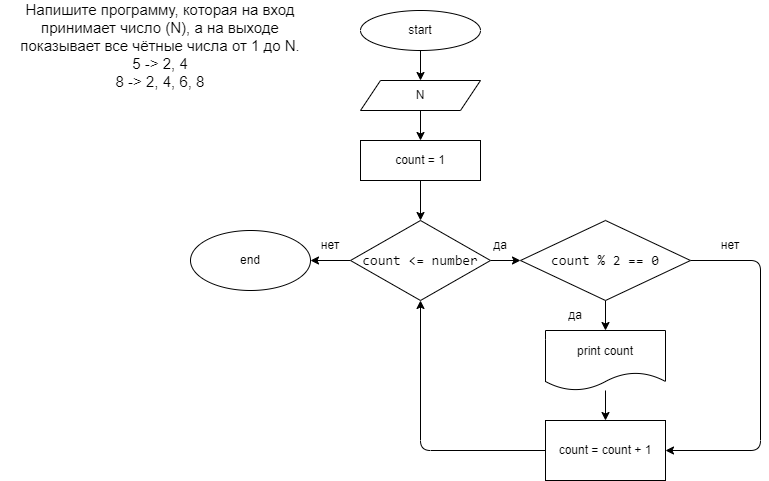
Alshopik/HomeWorc keeps this draw.io diagram as HomeWork/Task003/diagram.drawio.png. Above is the earlier version. Source tidied: cells renumbered, new cells last; positions are measured from the earlier drawing's top-left corner, leaving out a move shared by most shapes.
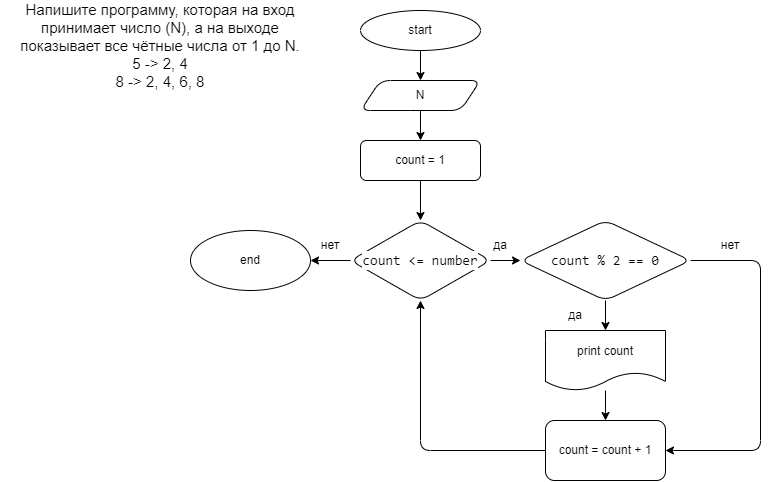
Above is the later version.

Commit message:
task003_diagram_commit3

Diff of the diagram source:
```diff
@@ -2,42 +2,42 @@
   <root>
     <mxCell id="0" />
     <mxCell id="1" parent="0" />
-    <mxCell id="2" value="&lt;p style=&quot;box-sizing: border-box ; margin: 0px ; font-family: &amp;quot;roboto&amp;quot; , &amp;quot;san francisco&amp;quot; , &amp;quot;helvetica neue&amp;quot; , &amp;quot;helvetica&amp;quot; , &amp;quot;arial&amp;quot; ; font-size: 15px&quot;&gt;&lt;font&gt;Напишите программу, которая на вход принимает число (N), а на выходе показывает все чётные числа от 1 до N.&lt;/font&gt;&lt;/p&gt;&lt;p style=&quot;box-sizing: border-box ; margin: 0px ; font-family: &amp;quot;roboto&amp;quot; , &amp;quot;san francisco&amp;quot; , &amp;quot;helvetica neue&amp;quot; , &amp;quot;helvetica&amp;quot; , &amp;quot;arial&amp;quot; ; font-size: 15px&quot;&gt;&lt;font&gt;5 -&amp;gt; 2, 4&lt;br style=&quot;box-sizing: border-box&quot;&gt;8 -&amp;gt; 2, 4, 6, 8&lt;/font&gt;&lt;/p&gt;" style="text;html=1;align=center;verticalAlign=middle;whiteSpace=wrap;rounded=0;labelBackgroundColor=none;labelBorderColor=none;" parent="1" vertex="1">
+    <mxCell id="2" value="&lt;p style=&quot;box-sizing: border-box ; margin: 0px ; font-family: &amp;quot;roboto&amp;quot; , &amp;quot;san francisco&amp;quot; , &amp;quot;helvetica neue&amp;quot; , &amp;quot;helvetica&amp;quot; , &amp;quot;arial&amp;quot; ; font-size: 15px&quot;&gt;&lt;font&gt;Напишите программу, которая на вход принимает число (N), а на выходе показывает все чётные числа от 1 до N.&lt;/font&gt;&lt;/p&gt;&lt;p style=&quot;box-sizing: border-box ; margin: 0px ; font-family: &amp;quot;roboto&amp;quot; , &amp;quot;san francisco&amp;quot; , &amp;quot;helvetica neue&amp;quot; , &amp;quot;helvetica&amp;quot; , &amp;quot;arial&amp;quot; ; font-size: 15px&quot;&gt;&lt;font&gt;5 -&amp;gt; 2, 4&lt;br style=&quot;box-sizing: border-box&quot;&gt;8 -&amp;gt; 2, 4, 6, 8&lt;/font&gt;&lt;/p&gt;" style="text;html=1;align=center;verticalAlign=middle;whiteSpace=wrap;rounded=1;labelBackgroundColor=none;labelBorderColor=none;" parent="1" vertex="1">
       <mxGeometry width="320" height="90" as="geometry" />
     </mxCell>
-    <mxCell id="3" style="edgeStyle=none;html=1;fontColor=#000000;labelBackgroundColor=none;labelBorderColor=none;" parent="1" edge="1" source="4" target="6">
+    <mxCell id="3" style="edgeStyle=none;html=1;fontColor=default;labelBackgroundColor=default;labelBorderColor=none;" parent="1" edge="1" source="4" target="6">
       <mxGeometry relative="1" as="geometry" />
     </mxCell>
-    <mxCell id="4" value="start" style="ellipse;whiteSpace=wrap;html=1;labelBackgroundColor=none;labelBorderColor=none;" parent="1" vertex="1">
+    <mxCell id="4" value="start" style="ellipse;whiteSpace=wrap;html=1;labelBackgroundColor=default;labelBorderColor=none;fontColor=default;rounded=1;" parent="1" vertex="1">
       <mxGeometry x="360" y="10" width="120" height="40" as="geometry" />
     </mxCell>
-    <mxCell id="5" style="edgeStyle=none;html=1;fontColor=#000000;labelBackgroundColor=none;labelBorderColor=none;" parent="1" edge="1" source="6" target="8">
+    <mxCell id="5" style="edgeStyle=none;html=1;fontColor=default;labelBackgroundColor=default;labelBorderColor=none;" parent="1" edge="1" source="6" target="8">
       <mxGeometry relative="1" as="geometry" />
     </mxCell>
-    <mxCell id="6" value="N" style="shape=parallelogram;perimeter=parallelogramPerimeter;whiteSpace=wrap;html=1;fixedSize=1;labelBackgroundColor=none;labelBorderColor=none;" parent="1" vertex="1">
+    <mxCell id="6" value="N" style="shape=parallelogram;perimeter=parallelogramPerimeter;whiteSpace=wrap;html=1;fixedSize=1;labelBackgroundColor=default;labelBorderColor=none;fontColor=default;rounded=1;" parent="1" vertex="1">
       <mxGeometry x="360" y="80" width="120" height="30" as="geometry" />
     </mxCell>
-    <mxCell id="7" style="edgeStyle=none;html=1;fontColor=#000000;labelBackgroundColor=none;labelBorderColor=none;" parent="1" edge="1" source="8" target="11">
+    <mxCell id="7" style="edgeStyle=none;html=1;fontColor=default;labelBackgroundColor=default;labelBorderColor=none;" parent="1" edge="1" source="8" target="11">
       <mxGeometry relative="1" as="geometry" />
     </mxCell>
-    <mxCell id="8" value="count = 1" style="whiteSpace=wrap;html=1;labelBackgroundColor=none;labelBorderColor=none;" parent="1" vertex="1">
+    <mxCell id="8" value="count = 1" style="whiteSpace=wrap;html=1;labelBackgroundColor=default;labelBorderColor=none;fontColor=default;rounded=1;" parent="1" vertex="1">
       <mxGeometry x="360" y="140" width="120" height="40" as="geometry" />
     </mxCell>
-    <mxCell id="9" style="edgeStyle=none;html=1;fontColor=#000000;labelBackgroundColor=none;labelBorderColor=none;" parent="1" edge="1" source="11" target="14">
+    <mxCell id="9" style="edgeStyle=none;html=1;fontColor=default;labelBackgroundColor=default;labelBorderColor=none;" parent="1" edge="1" source="11" target="14">
       <mxGeometry relative="1" as="geometry" />
     </mxCell>
-    <mxCell id="10" style="edgeStyle=none;html=1;fontColor=#000000;labelBackgroundColor=none;labelBorderColor=none;" parent="1" edge="1" source="11">
+    <mxCell id="10" style="edgeStyle=none;html=1;fontColor=default;labelBackgroundColor=default;labelBorderColor=none;" parent="1" edge="1" source="11">
       <mxGeometry relative="1" as="geometry">
         <mxPoint x="310" y="260" as="targetPoint" />
       </mxGeometry>
     </mxCell>
-    <mxCell id="11" value="&lt;div style=&quot;font-family: &amp;quot;consolas&amp;quot; , &amp;quot;courier new&amp;quot; , monospace ; font-size: 14px ; line-height: 19px&quot;&gt;count &amp;lt;= number&lt;/div&gt;" style="rhombus;whiteSpace=wrap;html=1;labelBackgroundColor=none;labelBorderColor=none;" parent="1" vertex="1">
+    <mxCell id="11" value="&lt;div style=&quot;font-family: &amp;quot;consolas&amp;quot; , &amp;quot;courier new&amp;quot; , monospace ; font-size: 14px ; line-height: 19px&quot;&gt;count &amp;lt;= number&lt;/div&gt;" style="rhombus;whiteSpace=wrap;html=1;labelBackgroundColor=default;labelBorderColor=none;fontColor=default;rounded=1;" parent="1" vertex="1">
       <mxGeometry x="350" y="220" width="140" height="80" as="geometry" />
     </mxCell>
-    <mxCell id="12" style="edgeStyle=none;html=1;fontColor=#000000;entryX=0.5;entryY=0;entryDx=0;entryDy=0;exitX=0.5;exitY=1;exitDx=0;exitDy=0;labelBackgroundColor=none;labelBorderColor=none;" parent="1" edge="1" source="14" target="18">
+    <mxCell id="12" style="edgeStyle=none;html=1;fontColor=default;entryX=0.5;entryY=0;entryDx=0;entryDy=0;exitX=0.5;exitY=1;exitDx=0;exitDy=0;labelBackgroundColor=default;labelBorderColor=none;" parent="1" edge="1" source="14" target="18">
       <mxGeometry relative="1" as="geometry" />
     </mxCell>
-    <mxCell id="13" style="edgeStyle=none;html=1;entryX=1;entryY=0.5;entryDx=0;entryDy=0;fontColor=#000000;labelBackgroundColor=none;labelBorderColor=none;" parent="1" edge="1" source="14" target="20">
+    <mxCell id="13" style="edgeStyle=none;html=1;entryX=1;entryY=0.5;entryDx=0;entryDy=0;fontColor=default;labelBackgroundColor=default;labelBorderColor=none;" parent="1" edge="1" source="14" target="20">
       <mxGeometry relative="1" as="geometry">
         <Array as="points">
           <mxPoint x="760" y="260" />
@@ -45,38 +45,38 @@
         </Array>
       </mxGeometry>
     </mxCell>
-    <mxCell id="14" value="&lt;div style=&quot;font-family: &amp;quot;consolas&amp;quot; , &amp;quot;courier new&amp;quot; , monospace ; font-size: 14px ; line-height: 19px&quot;&gt;count % 2 == 0&lt;/div&gt;" style="rhombus;whiteSpace=wrap;html=1;labelBackgroundColor=none;labelBorderColor=none;" parent="1" vertex="1">
+    <mxCell id="14" value="&lt;div style=&quot;font-family: &amp;quot;consolas&amp;quot; , &amp;quot;courier new&amp;quot; , monospace ; font-size: 14px ; line-height: 19px&quot;&gt;count % 2 == 0&lt;/div&gt;" style="rhombus;whiteSpace=wrap;html=1;labelBackgroundColor=default;labelBorderColor=none;fontColor=default;rounded=1;" parent="1" vertex="1">
       <mxGeometry x="520" y="220" width="170" height="80" as="geometry" />
     </mxCell>
-    <mxCell id="15" value="да" style="text;html=1;align=center;verticalAlign=middle;whiteSpace=wrap;rounded=0;labelBackgroundColor=none;labelBorderColor=none;" parent="1" vertex="1">
+    <mxCell id="15" value="да" style="text;html=1;align=center;verticalAlign=middle;whiteSpace=wrap;rounded=1;labelBackgroundColor=default;labelBorderColor=none;fontColor=default;" parent="1" vertex="1">
       <mxGeometry x="470" y="230" width="60" height="30" as="geometry" />
     </mxCell>
-    <mxCell id="16" value="да" style="text;html=1;align=center;verticalAlign=middle;whiteSpace=wrap;rounded=0;labelBackgroundColor=none;labelBorderColor=none;" parent="1" vertex="1">
+    <mxCell id="16" value="да" style="text;html=1;align=center;verticalAlign=middle;whiteSpace=wrap;rounded=1;labelBackgroundColor=default;labelBorderColor=none;fontColor=default;" parent="1" vertex="1">
       <mxGeometry x="545" y="300" width="60" height="30" as="geometry" />
     </mxCell>
-    <mxCell id="17" style="edgeStyle=none;html=1;fontColor=#000000;labelBackgroundColor=none;labelBorderColor=none;" parent="1" edge="1" source="18" target="20">
+    <mxCell id="17" style="edgeStyle=none;html=1;fontColor=default;labelBackgroundColor=default;labelBorderColor=none;" parent="1" edge="1" source="18" target="20">
       <mxGeometry relative="1" as="geometry" />
     </mxCell>
-    <mxCell id="18" value="print count" style="shape=document;whiteSpace=wrap;html=1;boundedLbl=1;labelBackgroundColor=none;labelBorderColor=none;" parent="1" vertex="1">
+    <mxCell id="18" value="print count" style="shape=document;whiteSpace=wrap;html=1;boundedLbl=1;labelBackgroundColor=default;labelBorderColor=none;fontColor=default;rounded=1;" parent="1" vertex="1">
       <mxGeometry x="545" y="330" width="120" height="60" as="geometry" />
     </mxCell>
-    <mxCell id="19" style="edgeStyle=none;html=1;fontColor=#000000;entryX=0.5;entryY=1;entryDx=0;entryDy=0;labelBackgroundColor=none;labelBorderColor=none;" parent="1" edge="1" source="20" target="11">
+    <mxCell id="19" style="edgeStyle=none;html=1;fontColor=default;entryX=0.5;entryY=1;entryDx=0;entryDy=0;labelBackgroundColor=default;labelBorderColor=none;" parent="1" edge="1" source="20" target="11">
       <mxGeometry relative="1" as="geometry">
         <Array as="points">
           <mxPoint x="420" y="450" />
         </Array>
       </mxGeometry>
     </mxCell>
-    <mxCell id="20" value="count = count + 1" style="rounded=0;whiteSpace=wrap;html=1;labelBackgroundColor=none;labelBorderColor=none;" parent="1" vertex="1">
+    <mxCell id="20" value="count = count + 1" style="rounded=1;whiteSpace=wrap;html=1;labelBackgroundColor=default;labelBorderColor=none;fontColor=default;" parent="1" vertex="1">
       <mxGeometry x="545" y="420" width="120" height="60" as="geometry" />
     </mxCell>
-    <mxCell id="21" value="end" style="ellipse;whiteSpace=wrap;html=1;labelBackgroundColor=none;labelBorderColor=none;" parent="1" vertex="1">
+    <mxCell id="21" value="end" style="ellipse;whiteSpace=wrap;html=1;labelBackgroundColor=default;labelBorderColor=none;fontColor=default;rounded=1;" parent="1" vertex="1">
       <mxGeometry x="190" y="230" width="120" height="60" as="geometry" />
     </mxCell>
-    <mxCell id="22" value="нет" style="text;html=1;align=center;verticalAlign=middle;whiteSpace=wrap;rounded=0;labelBackgroundColor=none;labelBorderColor=none;" parent="1" vertex="1">
+    <mxCell id="22" value="нет" style="text;html=1;align=center;verticalAlign=middle;whiteSpace=wrap;rounded=1;labelBackgroundColor=default;labelBorderColor=none;fontColor=default;" parent="1" vertex="1">
       <mxGeometry x="700" y="230" width="60" height="30" as="geometry" />
     </mxCell>
-    <mxCell id="23" value="нет" style="text;html=1;align=center;verticalAlign=middle;whiteSpace=wrap;rounded=0;labelBackgroundColor=none;labelBorderColor=none;" parent="1" vertex="1">
+    <mxCell id="23" value="нет" style="text;html=1;align=center;verticalAlign=middle;whiteSpace=wrap;rounded=1;labelBackgroundColor=default;labelBorderColor=none;fontColor=default;" parent="1" vertex="1">
       <mxGeometry x="300" y="230" width="60" height="30" as="geometry" />
     </mxCell>
   </root>
```
